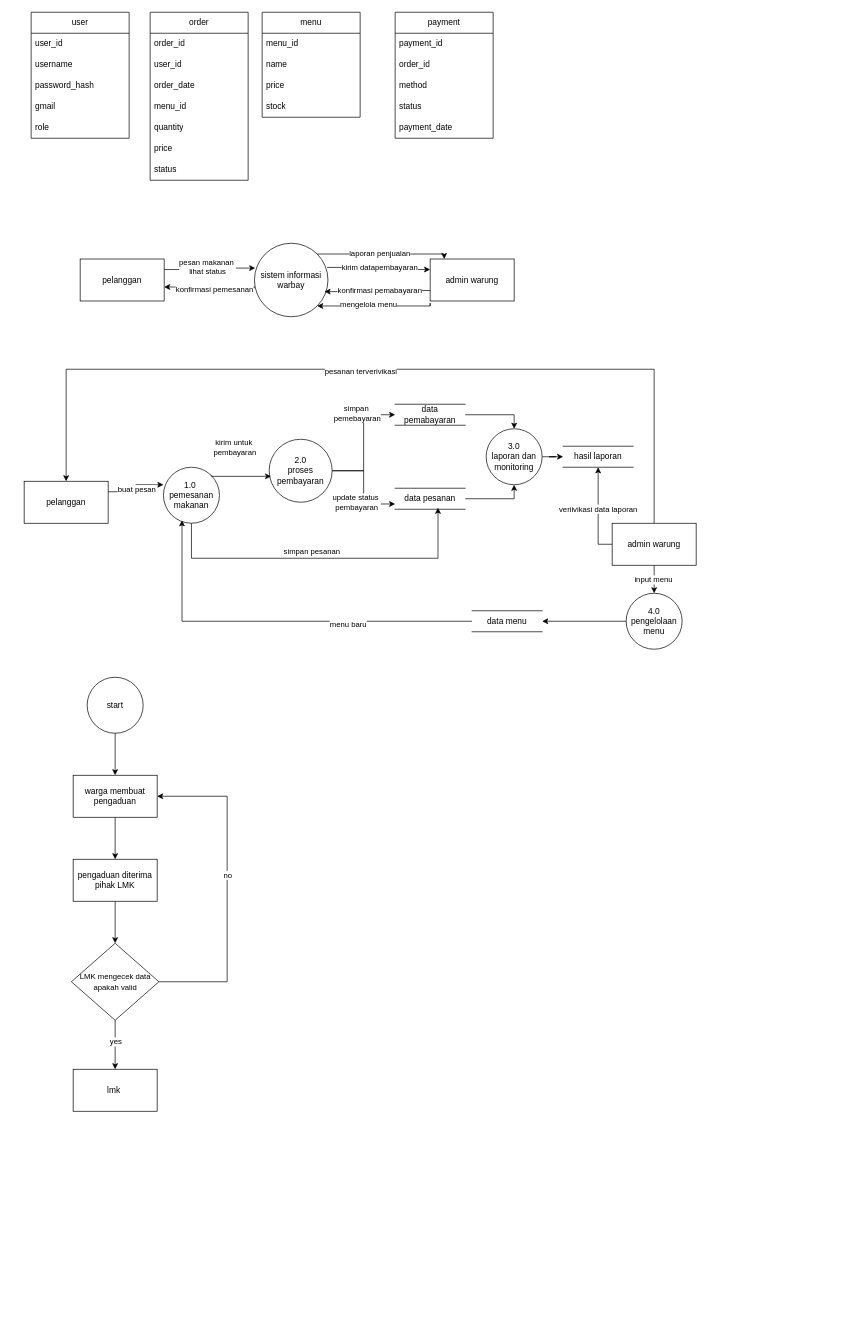
sanusiamir/uas_blogs keeps this draw.io diagram as Diagram Tanpa Judul.drawio. Above is the earlier version. Source tidied: cells renumbered, new cells numbered last; positions are measured from the earlier drawing's top-left corner, leaving out a move shared by most shapes. Both pictures are drawn from the tidied source at 70%, with x=0, y=0 at pixel (24, 12).
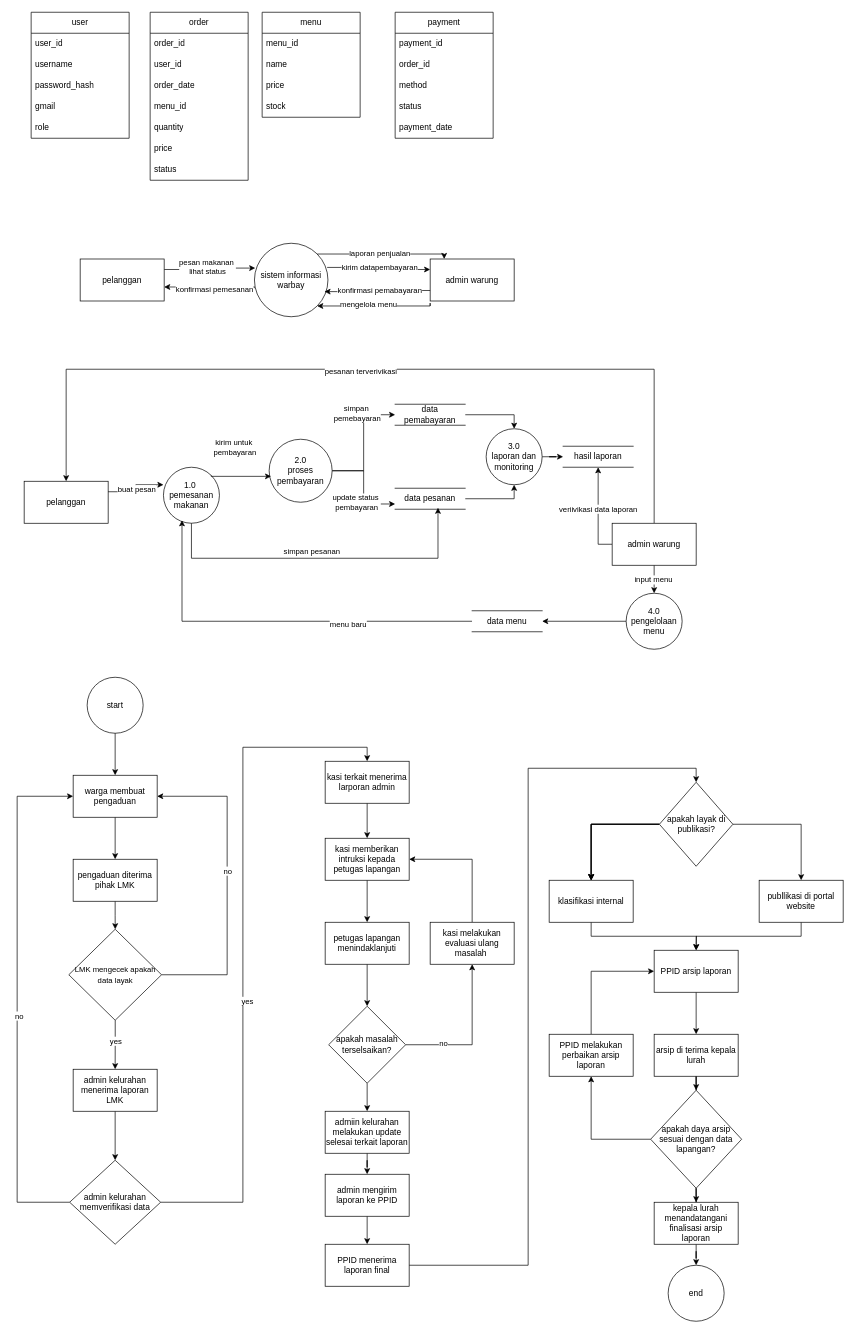
The same diagram, later.

Unchanged cells that the change refers to:
```xml
<mxCell id="75" value="warga membuat pengaduan" style="rounded=0;whiteSpace=wrap;html=1;" parent="1" vertex="1">
  <mxGeometry x="70" y="1090" width="120" height="60" as="geometry" />
</mxCell>
```

Diff of the diagram source:
```diff
@@
     <mxCell id="82" style="edgeStyle=orthogonalEdgeStyle;rounded=0;jettySize=auto;html=1;exitX=1;exitY=0.5;exitDx=0;exitDy=0;entryX=1;entryY=0.5;entryDx=0;entryDy=0;" parent="1" edge="1" source="84" target="75">
       <mxGeometry relative="1" as="geometry">
         <Array as="points">
-          <mxPoint x="290" y="1385" />
+          <mxPoint x="290" y="1375" />
           <mxPoint x="290" y="1120" />
         </Array>
       </mxGeometry>
     </mxCell>
@@
-    <mxCell id="84" value="&lt;font style=&quot;font-size: 11px;&quot;&gt;LMK mengecek data apakah valid&lt;/font&gt;" style="rhombus;whiteSpace=wrap;html=1;rounded=0;" parent="1" vertex="1">
-      <mxGeometry x="67.5" y="1330" width="125" height="110" as="geometry" />
+    <mxCell id="84" value="&lt;font style=&quot;font-size: 11px;&quot;&gt;LMK mengecek apakah data layak&lt;/font&gt;" style="rhombus;whiteSpace=wrap;html=1;rounded=0;" parent="1" vertex="1">
+      <mxGeometry x="63.8" y="1310" width="132.5" height="130" as="geometry" />
     </mxCell>
+    <mxCell id="86" style="edgeStyle=orthogonalEdgeStyle;rounded=0;jettySize=auto;html=1;" parent="1" edge="1" source="85" target="91">
+      <mxGeometry relative="1" as="geometry" />
+    </mxCell>
-    <mxCell id="85" value="lmk&amp;nbsp;" style="whiteSpace=wrap;html=1;rounded=0;" parent="1" vertex="1">
+    <mxCell id="85" value="admin kelurahan menerima laporan LMK" style="whiteSpace=wrap;html=1;rounded=0;" parent="1" vertex="1">
       <mxGeometry x="70" y="1510" width="120" height="60" as="geometry" />
     </mxCell>
+    <mxCell id="87" style="edgeStyle=orthogonalEdgeStyle;rounded=0;jettySize=auto;html=1;entryX=0;entryY=0.5;entryDx=0;entryDy=0;" parent="1" edge="1" source="91" target="75">
+      <mxGeometry relative="1" as="geometry">
+        <Array as="points">
+          <mxPoint x="-10" y="1700" />
+          <mxPoint x="-10" y="1120" />
+        </Array>
+      </mxGeometry>
+    </mxCell>
+    <mxCell id="88" value="no" style="edgeLabel;html=1;align=center;verticalAlign=middle;" parent="87" vertex="1">
+      <mxGeometry x="-0.07" y="-2" relative="1" as="geometry" />
+    </mxCell>
+    <mxCell id="89" style="edgeStyle=orthogonalEdgeStyle;rounded=0;jettySize=auto;html=1;entryX=0.5;entryY=0;entryDx=0;entryDy=0;" parent="1" edge="1" source="91" target="93">
+      <mxGeometry relative="1" as="geometry" />
+    </mxCell>
+    <mxCell id="90" value="yes" style="edgeLabel;html=1;align=center;verticalAlign=middle;" parent="89" vertex="1">
+      <mxGeometry x="-0.15" y="-3" relative="1" as="geometry">
+        <mxPoint x="3" y="5" as="offset" />
+      </mxGeometry>
+    </mxCell>
+    <mxCell id="91" value="admin kelurahan memverifikasi data" style="rhombus;whiteSpace=wrap;html=1;rounded=0;" parent="1" vertex="1">
+      <mxGeometry x="65" y="1640" width="130" height="120" as="geometry" />
+    </mxCell>
+    <mxCell id="92" style="edgeStyle=orthogonalEdgeStyle;rounded=0;jettySize=auto;html=1;" parent="1" edge="1" source="93" target="95">
+      <mxGeometry relative="1" as="geometry" />
+    </mxCell>
+    <mxCell id="93" value="kasi terkait menerima larporan admin" style="whiteSpace=wrap;html=1;" parent="1" vertex="1">
+      <mxGeometry x="430" y="1070" width="120" height="60" as="geometry" />
+    </mxCell>
+    <mxCell id="94" style="edgeStyle=orthogonalEdgeStyle;rounded=0;jettySize=auto;html=1;" parent="1" edge="1" source="95" target="97">
+      <mxGeometry relative="1" as="geometry" />
+    </mxCell>
+    <mxCell id="95" value="kasi memberikan intruksi kepada petugas lapangan" style="whiteSpace=wrap;html=1;" parent="1" vertex="1">
+      <mxGeometry x="430" y="1180" width="120" height="60" as="geometry" />
+    </mxCell>
+    <mxCell id="96" style="edgeStyle=orthogonalEdgeStyle;rounded=0;jettySize=auto;html=1;" parent="1" edge="1" source="97" target="101">
+      <mxGeometry relative="1" as="geometry" />
+    </mxCell>
+    <mxCell id="97" value="petugas lapangan menindaklanjuti" style="whiteSpace=wrap;html=1;" parent="1" vertex="1">
+      <mxGeometry x="430" y="1300" width="120" height="60" as="geometry" />
+    </mxCell>
+    <mxCell id="98" style="edgeStyle=orthogonalEdgeStyle;rounded=0;jettySize=auto;html=1;" parent="1" edge="1" source="101" target="103">
+      <mxGeometry relative="1" as="geometry" />
+    </mxCell>
+    <mxCell id="99" value="no" style="edgeLabel;html=1;align=center;verticalAlign=middle;" parent="98" vertex="1">
+      <mxGeometry x="-0.49" y="2" relative="1" as="geometry">
+        <mxPoint x="-1" as="offset" />
+      </mxGeometry>
+    </mxCell>
+    <mxCell id="100" style="edgeStyle=orthogonalEdgeStyle;rounded=0;jettySize=auto;html=1;" parent="1" edge="1" source="101" target="105">
+      <mxGeometry relative="1" as="geometry" />
+    </mxCell>
+    <mxCell id="101" value="apakah masalah terselsaikan?" style="rhombus;whiteSpace=wrap;html=1;" parent="1" vertex="1">
+      <mxGeometry x="435" y="1420" width="110" height="110" as="geometry" />
+    </mxCell>
+    <mxCell id="102" style="edgeStyle=orthogonalEdgeStyle;rounded=0;jettySize=auto;html=1;entryX=1;entryY=0.5;entryDx=0;entryDy=0;exitX=0.5;exitY=0;exitDx=0;exitDy=0;" parent="1" edge="1" source="103" target="95">
+      <mxGeometry relative="1" as="geometry">
+        <Array as="points">
+          <mxPoint x="640" y="1210" />
+        </Array>
+      </mxGeometry>
+    </mxCell>
+    <mxCell id="103" value="kasi melakukan evaluasi ulang masalah&amp;nbsp;" style="whiteSpace=wrap;html=1;" parent="1" vertex="1">
+      <mxGeometry x="580" y="1300" width="120" height="60" as="geometry" />
+    </mxCell>
+    <mxCell id="104" style="edgeStyle=orthogonalEdgeStyle;rounded=0;jettySize=auto;html=1;" parent="1" edge="1" source="105" target="107">
+      <mxGeometry relative="1" as="geometry" />
+    </mxCell>
+    <mxCell id="105" value="admiin kelurahan melakukan update selesai terkait laporan" style="whiteSpace=wrap;html=1;" parent="1" vertex="1">
+      <mxGeometry x="430" y="1570" width="120" height="60" as="geometry" />
+    </mxCell>
+    <mxCell id="106" style="edgeStyle=orthogonalEdgeStyle;rounded=0;jettySize=auto;html=1;" parent="1" edge="1" source="107" target="109">
+      <mxGeometry relative="1" as="geometry" />
+    </mxCell>
+    <mxCell id="107" value="admin mengirim laporan ke PPID" style="whiteSpace=wrap;html=1;" parent="1" vertex="1">
+      <mxGeometry x="430" y="1660" width="120" height="60" as="geometry" />
+    </mxCell>
+    <mxCell id="108" style="edgeStyle=orthogonalEdgeStyle;rounded=0;jettySize=auto;html=1;entryX=0.5;entryY=0;entryDx=0;entryDy=0;" parent="1" edge="1" source="109" target="115">
+      <mxGeometry relative="1" as="geometry">
+        <Array as="points">
+          <mxPoint x="720" y="1790" />
+          <mxPoint x="720" y="1080" />
+          <mxPoint x="960" y="1080" />
+        </Array>
+      </mxGeometry>
+    </mxCell>
+    <mxCell id="109" value="PPID menerima laporan final" style="whiteSpace=wrap;html=1;" parent="1" vertex="1">
+      <mxGeometry x="430" y="1760" width="120" height="60" as="geometry" />
+    </mxCell>
+    <mxCell id="110" style="edgeStyle=orthogonalEdgeStyle;rounded=0;jettySize=auto;html=1;" parent="1" edge="1" source="115" target="117">
+      <mxGeometry relative="1" as="geometry" />
+    </mxCell>
+    <mxCell id="111" style="edgeStyle=orthogonalEdgeStyle;rounded=0;jettySize=auto;html=1;" parent="1" edge="1" source="115" target="117">
+      <mxGeometry relative="1" as="geometry" />
+    </mxCell>
+    <mxCell id="112" style="edgeStyle=orthogonalEdgeStyle;rounded=0;jettySize=auto;html=1;" parent="1" edge="1" source="115" target="117">
+      <mxGeometry relative="1" as="geometry" />
+    </mxCell>
+    <mxCell id="113" style="edgeStyle=orthogonalEdgeStyle;rounded=0;jettySize=auto;html=1;" parent="1" edge="1" source="115" target="117">
+      <mxGeometry relative="1" as="geometry" />
+    </mxCell>
+    <mxCell id="114" style="edgeStyle=orthogonalEdgeStyle;rounded=0;jettySize=auto;html=1;" parent="1" edge="1" source="115" target="119">
+      <mxGeometry relative="1" as="geometry" />
+    </mxCell>
+    <mxCell id="115" value="apakah layak di publikasi?" style="rhombus;whiteSpace=wrap;html=1;" parent="1" vertex="1">
+      <mxGeometry x="907.5" y="1100" width="105" height="120" as="geometry" />
+    </mxCell>
+    <mxCell id="116" style="edgeStyle=orthogonalEdgeStyle;rounded=0;jettySize=auto;html=1;exitX=0.5;exitY=1;exitDx=0;exitDy=0;" parent="1" edge="1" source="117">
+      <mxGeometry relative="1" as="geometry">
+        <mxPoint x="960" y="1340" as="targetPoint" />
+      </mxGeometry>
+    </mxCell>
+    <mxCell id="117" value="klasifikasi internal" style="whiteSpace=wrap;html=1;" parent="1" vertex="1">
+      <mxGeometry x="750" y="1240" width="120" height="60" as="geometry" />
+    </mxCell>
+    <mxCell id="118" style="edgeStyle=orthogonalEdgeStyle;rounded=0;jettySize=auto;html=1;exitX=0.5;exitY=1;exitDx=0;exitDy=0;entryX=0.5;entryY=0;entryDx=0;entryDy=0;" parent="1" edge="1" source="119" target="121">
+      <mxGeometry relative="1" as="geometry" />
+    </mxCell>
+    <mxCell id="119" value="publlikasi di portal website" style="whiteSpace=wrap;html=1;" parent="1" vertex="1">
+      <mxGeometry x="1050" y="1240" width="120" height="60" as="geometry" />
+    </mxCell>
+    <mxCell id="120" style="edgeStyle=orthogonalEdgeStyle;rounded=0;jettySize=auto;html=1;" parent="1" edge="1" source="121" target="123">
+      <mxGeometry relative="1" as="geometry" />
+    </mxCell>
+    <mxCell id="121" value="PPID arsip laporan" style="whiteSpace=wrap;html=1;" parent="1" vertex="1">
+      <mxGeometry x="900" y="1340" width="120" height="60" as="geometry" />
+    </mxCell>
+    <mxCell id="122" style="edgeStyle=orthogonalEdgeStyle;rounded=0;jettySize=auto;html=1;" parent="1" edge="1" source="123" target="126">
+      <mxGeometry relative="1" as="geometry" />
+    </mxCell>
+    <mxCell id="123" value="arsip di terima kepala lurah" style="whiteSpace=wrap;html=1;" parent="1" vertex="1">
+      <mxGeometry x="900" y="1460" width="120" height="60" as="geometry" />
+    </mxCell>
+    <mxCell id="124" style="edgeStyle=orthogonalEdgeStyle;rounded=0;jettySize=auto;html=1;entryX=0.5;entryY=1;entryDx=0;entryDy=0;exitX=0;exitY=0.5;exitDx=0;exitDy=0;" parent="1" edge="1" source="126" target="128">
+      <mxGeometry relative="1" as="geometry">
+        <Array as="points">
+          <mxPoint x="810" y="1610" />
+        </Array>
+      </mxGeometry>
+    </mxCell>
+    <mxCell id="125" style="edgeStyle=orthogonalEdgeStyle;rounded=0;jettySize=auto;html=1;" parent="1" edge="1" source="126" target="130">
+      <mxGeometry relative="1" as="geometry" />
+    </mxCell>
+    <mxCell id="126" value="apakah daya arsip sesuai dengan data lapangan?" style="rhombus;whiteSpace=wrap;html=1;" parent="1" vertex="1">
+      <mxGeometry x="895" y="1540" width="130" height="140" as="geometry" />
+    </mxCell>
+    <mxCell id="127" style="edgeStyle=orthogonalEdgeStyle;rounded=0;jettySize=auto;html=1;entryX=0;entryY=0.5;entryDx=0;entryDy=0;exitX=0.5;exitY=0;exitDx=0;exitDy=0;" parent="1" edge="1" source="128" target="121">
+      <mxGeometry relative="1" as="geometry">
+        <Array as="points">
+          <mxPoint x="810" y="1370" />
+        </Array>
+      </mxGeometry>
+    </mxCell>
+    <mxCell id="128" value="PPID melakukan perbaikan arsip laporan" style="rounded=0;whiteSpace=wrap;html=1;" parent="1" vertex="1">
+      <mxGeometry x="750" y="1460" width="120" height="60" as="geometry" />
+    </mxCell>
+    <mxCell id="129" style="edgeStyle=orthogonalEdgeStyle;rounded=0;jettySize=auto;html=1;entryX=0.5;entryY=0;entryDx=0;entryDy=0;" parent="1" edge="1" source="130" target="131">
+      <mxGeometry relative="1" as="geometry" />
+    </mxCell>
+    <mxCell id="130" value="kepala lurah menandatangani finalisasi arsip laporan" style="whiteSpace=wrap;html=1;" parent="1" vertex="1">
+      <mxGeometry x="900" y="1700" width="120" height="60" as="geometry" />
+    </mxCell>
+    <mxCell id="131" value="end" style="ellipse;whiteSpace=wrap;html=1;" parent="1" vertex="1">
+      <mxGeometry x="920" y="1790" width="80" height="80" as="geometry" />
+    </mxCell>
```
